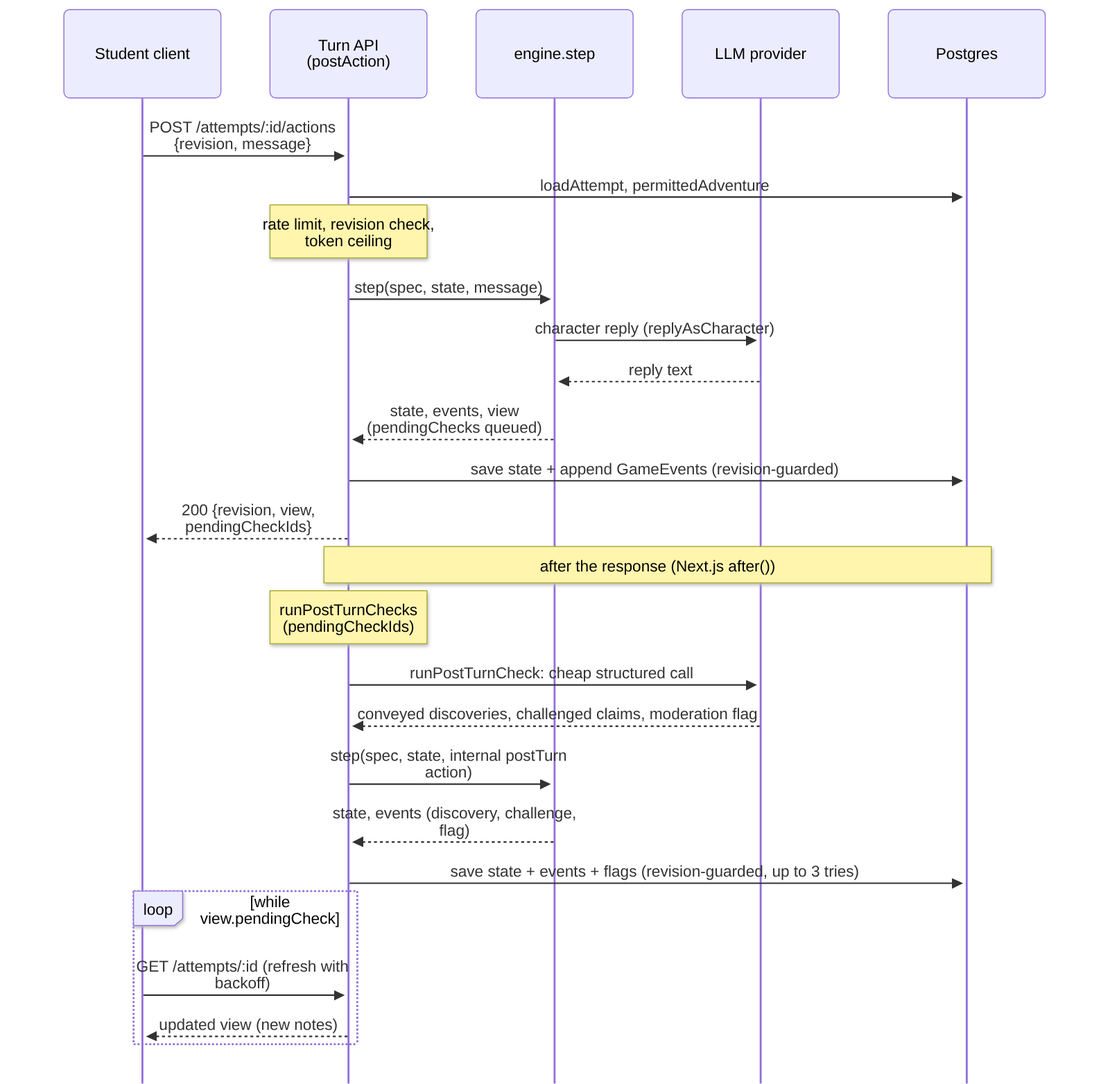
damiancxliew/CS3216_Assignment3 keeps this Mermaid diagram as docs/diagrams/png/d3-play-sequence.png. Above is the earlier version. Its source is kept beside it as docs/diagrams/d3-play-sequence.mmd. Source of this version:
```mermaid
sequenceDiagram
  participant C as Student client
  participant API as Turn API<br/>(postAction)
  participant ENG as engine.step
  participant LLM as LLM provider
  participant DB as Postgres

  C->>API: POST /attempts/:id/actions {revision, message}
  API->>DB: loadAttempt, permittedAdventure
  Note over API: rate limit, revision check,<br/>token ceiling
  API->>ENG: step(spec, state, message)
  ENG->>LLM: character reply (replyAsCharacter)
  LLM-->>ENG: reply text
  ENG-->>API: state, events, view (pendingChecks queued)
  API->>DB: save state + append GameEvents (revision-guarded)
  API-->>C: 200 {revision, view, pendingCheckIds}

  Note over API,DB: after the response (Next.js after())
  Note over API: runPostTurnChecks<br/>(pendingCheckIds)
  API->>LLM: runPostTurnCheck: cheap structured call
  LLM-->>API: conveyed discoveries, challenged claims, moderation flag
  API->>ENG: step(spec, state, internal postTurn action)
  ENG-->>API: state, events (discovery, challenge, flag)
  API->>DB: save state + events + flags (revision-guarded, up to 3 tries)

  loop while view.pendingCheck
    C->>API: GET /attempts/:id (refresh with backoff)
    API-->>C: updated view (new notes)
  end
```
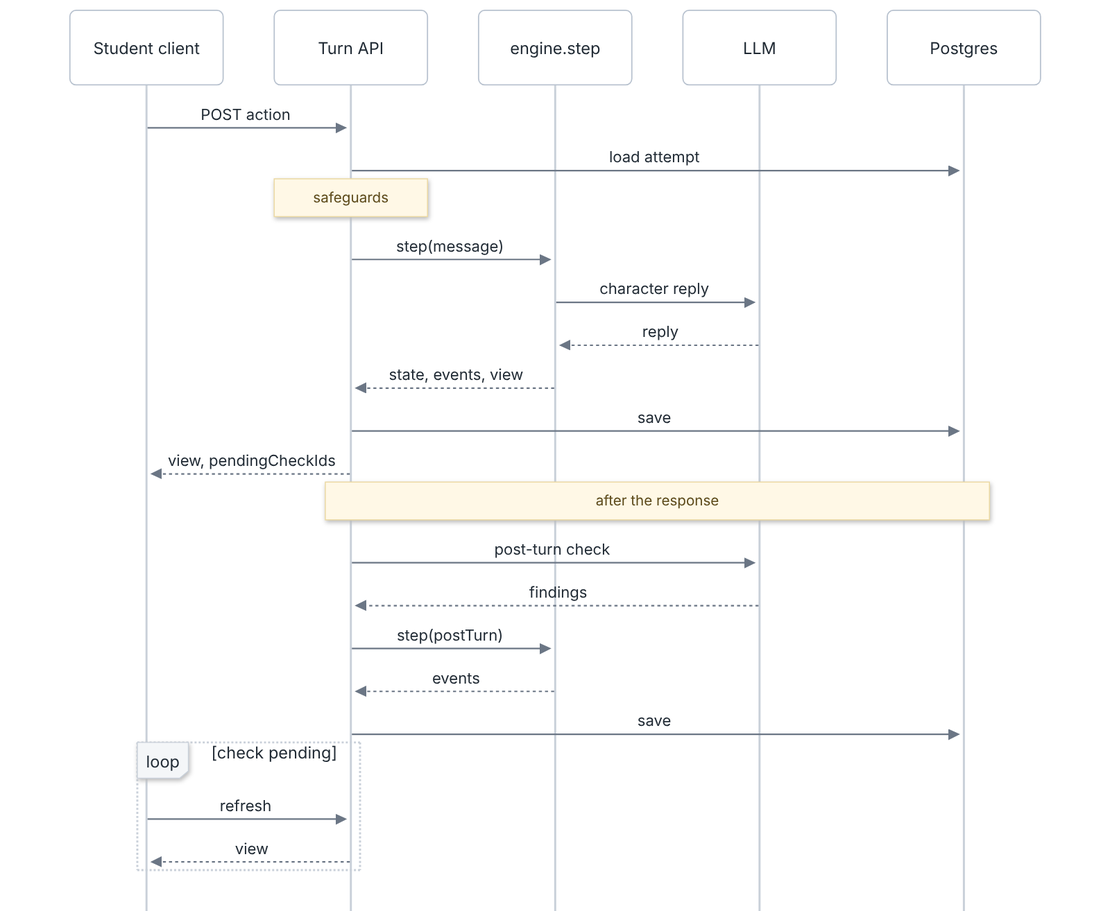
Above is the later version.

What changed in the source:
```diff
@@ -1,29 +1,28 @@
 sequenceDiagram
   participant C as Student client
-  participant API as Turn API<br/>(postAction)
+  participant API as Turn API
   participant ENG as engine.step
-  participant LLM as LLM provider
+  participant LLM as LLM
   participant DB as Postgres
 
-  C->>API: POST /attempts/:id/actions {revision, message}
-  API->>DB: loadAttempt, permittedAdventure
-  Note over API: rate limit, revision check,<br/>token ceiling
-  API->>ENG: step(spec, state, message)
-  ENG->>LLM: character reply (replyAsCharacter)
-  LLM-->>ENG: reply text
-  ENG-->>API: state, events, view (pendingChecks queued)
-  API->>DB: save state + append GameEvents (revision-guarded)
-  API-->>C: 200 {revision, view, pendingCheckIds}
+  C->>API: POST action
+  API->>DB: load attempt
+  Note over API: safeguards
+  API->>ENG: step(message)
+  ENG->>LLM: character reply
+  LLM-->>ENG: reply
+  ENG-->>API: state, events, view
+  API->>DB: save
+  API-->>C: view, pendingCheckIds
 
-  Note over API,DB: after the response (Next.js after())
-  Note over API: runPostTurnChecks<br/>(pendingCheckIds)
-  API->>LLM: runPostTurnCheck: cheap structured call
-  LLM-->>API: conveyed discoveries, challenged claims, moderation flag
-  API->>ENG: step(spec, state, internal postTurn action)
-  ENG-->>API: state, events (discovery, challenge, flag)
-  API->>DB: save state + events + flags (revision-guarded, up to 3 tries)
+  Note over API,DB: after the response
+  API->>LLM: post-turn check
+  LLM-->>API: findings
+  API->>ENG: step(postTurn)
+  ENG-->>API: events
+  API->>DB: save
 
-  loop while view.pendingCheck
-    C->>API: GET /attempts/:id (refresh with backoff)
-    API-->>C: updated view (new notes)
+  loop check pending
+    C->>API: refresh
+    API-->>C: view
   end
```
